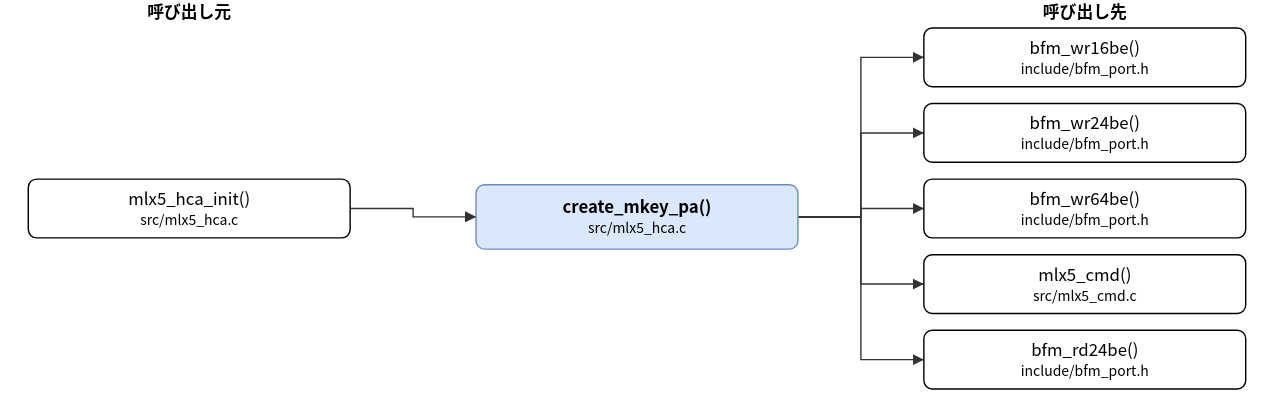
Before: doc/spec/images/call_src_mlx5_hca-create_mkey_pa.drawio.svg, a diagram exported from draw.io (hf355051012-ai/bfmem). Source tidied: cells renumbered, new cells last; positions are measured from the earlier drawing's top-left corner, leaving out a move shared by most shapes.
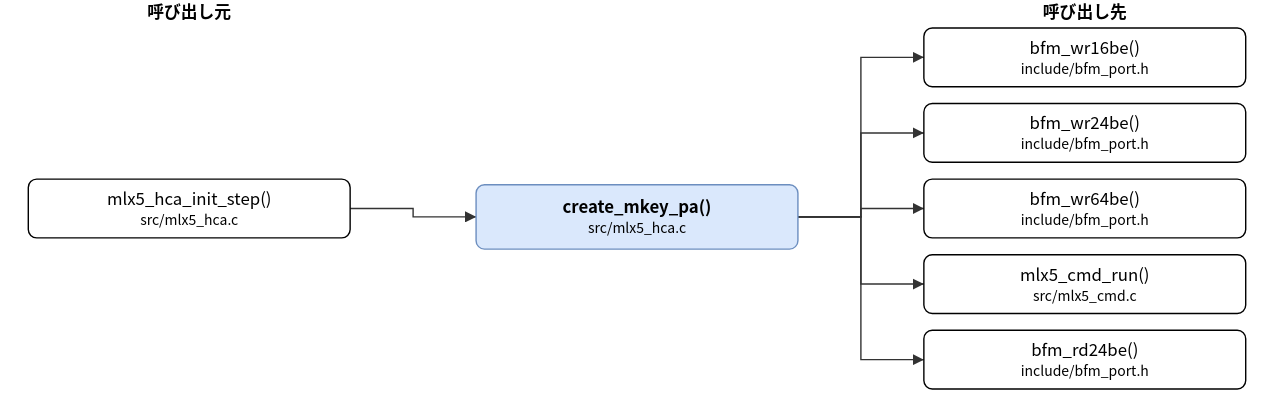
The same file after the commit.

What changed in the source:
```diff
@@ -5,7 +5,7 @@
     <mxCell id="2" value="create_mkey_pa()&lt;br&gt;&lt;font style=&quot;font-size:10px&quot;&gt;src/mlx5_hca.c&lt;/font&gt;" style="rounded=1;whiteSpace=wrap;html=1;fillColor=#dae8fc;strokeColor=#6c8ebf;fontStyle=1;" parent="1" vertex="1">
       <mxGeometry x="320" y="132" width="230" height="46" as="geometry" />
     </mxCell>
-    <mxCell id="3" value="mlx5_hca_init()&lt;br&gt;&lt;font style=&quot;font-size:10px&quot;&gt;src/mlx5_hca.c&lt;/font&gt;" style="rounded=1;whiteSpace=wrap;html=1;" parent="1" vertex="1">
+    <mxCell id="3" value="mlx5_hca_init_step()&lt;br&gt;&lt;font style=&quot;font-size:10px&quot;&gt;src/mlx5_hca.c&lt;/font&gt;" style="rounded=1;whiteSpace=wrap;html=1;" parent="1" vertex="1">
       <mxGeometry y="128" width="230" height="42" as="geometry" />
     </mxCell>
     <mxCell id="4" value="bfm_wr16be()&lt;br&gt;&lt;font style=&quot;font-size:10px&quot;&gt;include/bfm_port.h&lt;/font&gt;" style="rounded=1;whiteSpace=wrap;html=1;" parent="1" vertex="1">
@@ -17,7 +17,7 @@
     <mxCell id="6" value="bfm_wr64be()&lt;br&gt;&lt;font style=&quot;font-size:10px&quot;&gt;include/bfm_port.h&lt;/font&gt;" style="rounded=1;whiteSpace=wrap;html=1;" parent="1" vertex="1">
       <mxGeometry x="640" y="128" width="230" height="42" as="geometry" />
     </mxCell>
-    <mxCell id="7" value="mlx5_cmd()&lt;br&gt;&lt;font style=&quot;font-size:10px&quot;&gt;src/mlx5_cmd.c&lt;/font&gt;" style="rounded=1;whiteSpace=wrap;html=1;" parent="1" vertex="1">
+    <mxCell id="7" value="mlx5_cmd_run()&lt;br&gt;&lt;font style=&quot;font-size:10px&quot;&gt;src/mlx5_cmd.c&lt;/font&gt;" style="rounded=1;whiteSpace=wrap;html=1;" parent="1" vertex="1">
       <mxGeometry x="640" y="182" width="230" height="42" as="geometry" />
     </mxCell>
     <mxCell id="8" value="bfm_rd24be()&lt;br&gt;&lt;font style=&quot;font-size:10px&quot;&gt;include/bfm_port.h&lt;/font&gt;" style="rounded=1;whiteSpace=wrap;html=1;" parent="1" vertex="1">
```
